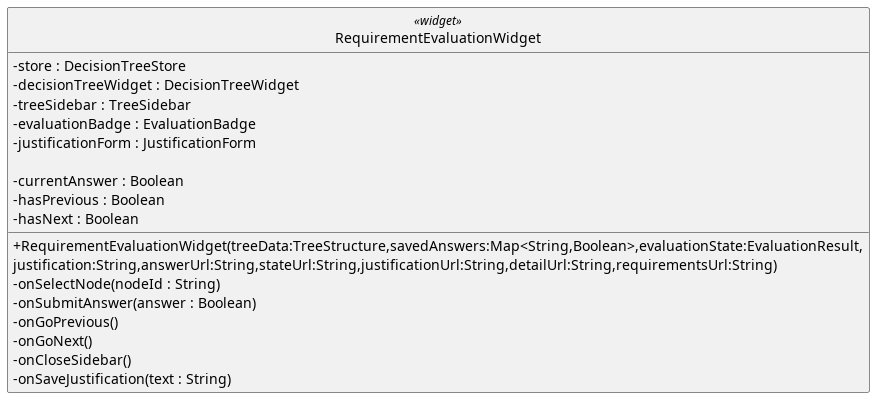
Above: src/PB/DocumentazioneEsterna/Specifica_Tecnica/content/05-diagrammi-classi/uml/png/frontend/RequirementEvaluationWidget.png in GroupRubberDuck/Documentazione (PlantUML), before the change. The source it was exported from:
```plantuml
@startuml
skinparam linetype ortho
skinparam nodesep 80
skinparam ranksep 100
skinparam classAttributeIconSize 0
skinparam packageStyle rectangle
skinparam style strictuml


class RequirementEvaluationWidget <<widget>> {
  - store : DecisionTreeStore
  - decisionTreeWidget : DecisionTreeWidget
  - treeSidebar : TreeSidebar
  - evaluationBadge : EvaluationBadge
  - justificationForm : JustificationForm

  + RequirementEvaluationWidget(treeData:TreeStructure,savedAnswers:Map<String,Boolean>,evaluationState:EvaluationResult,
  justification:String,answerUrl:String,stateUrl:String,justificationUrl:String,detailUrl:String,requirementsUrl:String)
  - currentAnswer : Boolean
  - hasPrevious : Boolean
  - hasNext : Boolean
  - onSelectNode(nodeId : String)
  - onSubmitAnswer(answer : Boolean)
  - onGoPrevious()
  - onGoNext()
  - onCloseSidebar()
  - onSaveJustification(text : String)
}
@enduml
```
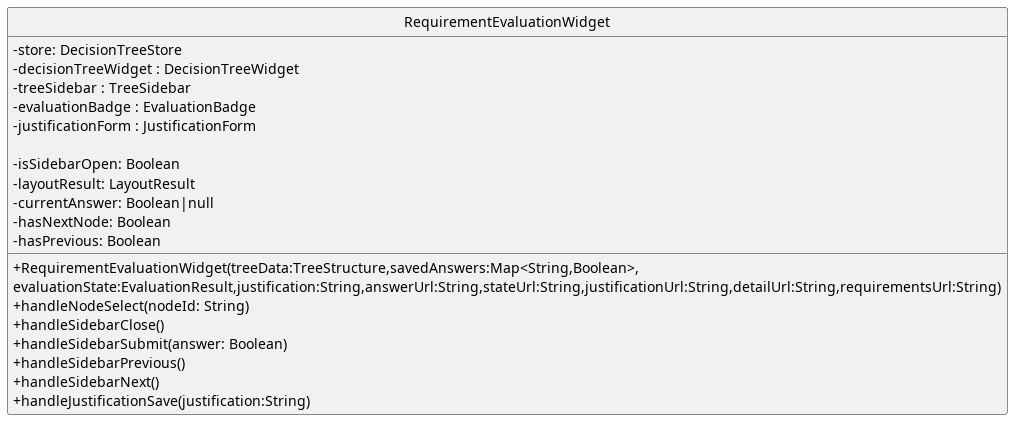
Above is the later version.

What changed in the source:
```diff
@@ -6,24 +6,26 @@
 skinparam packageStyle rectangle
 skinparam style strictuml
 
+class RequirementEvaluationWidget  {
+    - store: DecisionTreeStore
+    - decisionTreeWidget : DecisionTreeWidget
+    - treeSidebar : TreeSidebar
+    - evaluationBadge : EvaluationBadge
+    - justificationForm : JustificationForm
 
-class RequirementEvaluationWidget <<widget>> {
-  - store : DecisionTreeStore
-  - decisionTreeWidget : DecisionTreeWidget
-  - treeSidebar : TreeSidebar
-  - evaluationBadge : EvaluationBadge
-  - justificationForm : JustificationForm
+    - isSidebarOpen: Boolean
+    - layoutResult: LayoutResult
+    - currentAnswer: Boolean|null
+    - hasNextNode: Boolean
+    - hasPrevious: Boolean
 
-  + RequirementEvaluationWidget(treeData:TreeStructure,savedAnswers:Map<String,Boolean>,evaluationState:EvaluationResult,
-  justification:String,answerUrl:String,stateUrl:String,justificationUrl:String,detailUrl:String,requirementsUrl:String)
-  - currentAnswer : Boolean
-  - hasPrevious : Boolean
-  - hasNext : Boolean
-  - onSelectNode(nodeId : String)
-  - onSubmitAnswer(answer : Boolean)
-  - onGoPrevious()
-  - onGoNext()
-  - onCloseSidebar()
-  - onSaveJustification(text : String)
+    + RequirementEvaluationWidget(treeData:TreeStructure,savedAnswers:Map<String,Boolean>,
+    evaluationState:EvaluationResult,justification:String,answerUrl:String,stateUrl:String,justificationUrl:String,detailUrl:String,requirementsUrl:String)
+    + handleNodeSelect(nodeId: String)
+    + handleSidebarClose()
+    + handleSidebarSubmit(answer: Boolean)
+    + handleSidebarPrevious()
+    + handleSidebarNext()
+    + handleJustificationSave(justification:String)
 }
 @enduml
```
